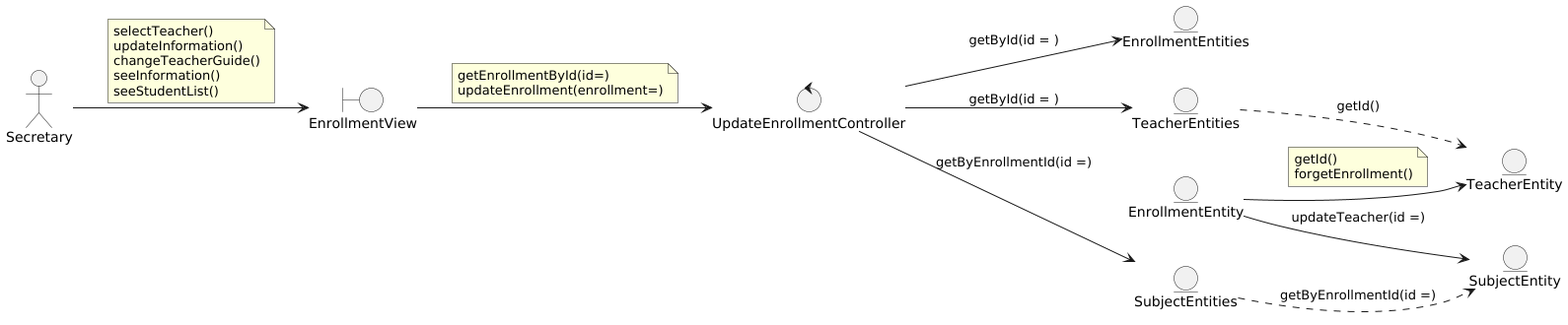
This is out/DesignView/AnalysisView/UseCaseAnalysis/Collaboration.CU20.Analysis.png from wsmcbl/wsmcbl.doc, a PlantUML export, as it was before one commit. Its diagram source:
```plantuml
@startuml
left to right direction

actor Secretary

boundary EnrollmentView

control UpdateEnrollmentController

entity EnrollmentEntities
entity TeacherEntities
entity SubjectEntities
entity EnrollmentEntity
entity TeacherEntity
entity SubjectEntity

Secretary --> EnrollmentView
note on link
    selectTeacher()
    updateInformation()
    changeTeacherGuide()
    seeInformation()
    seeStudentList()
end note

EnrollmentView --> UpdateEnrollmentController
note on link
    getEnrollmentById(id=)
    updateEnrollment(enrollment=)
end note

UpdateEnrollmentController --> EnrollmentEntities : getById(id = )
UpdateEnrollmentController --> SubjectEntities : getByEnrollmentId(id =)
UpdateEnrollmentController --> TeacherEntities : getById(id = )

TeacherEntities ..> TeacherEntity : getId()
SubjectEntities ..> SubjectEntity : getByEnrollmentId(id =)

EnrollmentEntity --> TeacherEntity
note on link
    getId()
    forgetEnrollment()
end note
EnrollmentEntity --> SubjectEntity : updateTeacher(id =)
@enduml
```
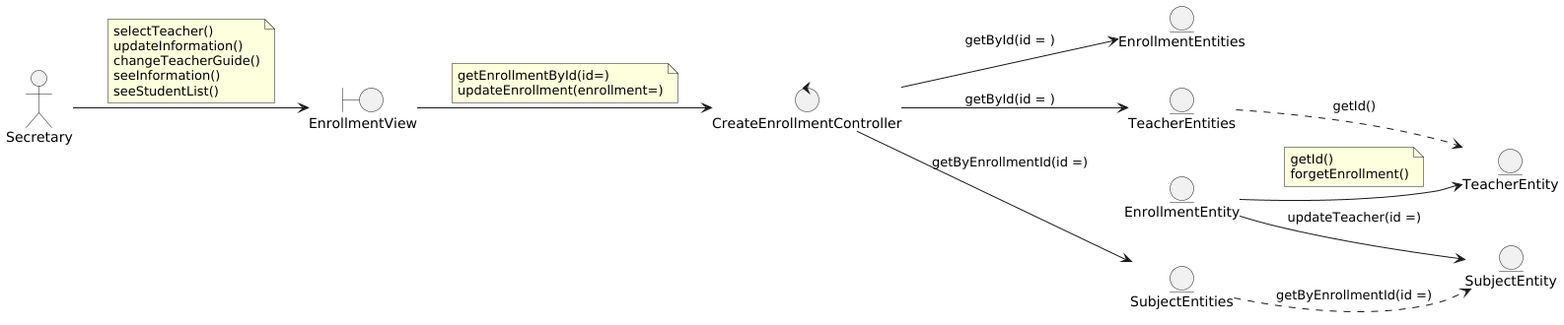
The same file after the commit.

Change to the diagram source:
```diff
@@ -5,7 +5,7 @@
 
 boundary EnrollmentView
 
-control UpdateEnrollmentController
+control CreateEnrollmentController
 
 entity EnrollmentEntities
 entity TeacherEntities
@@ -23,15 +23,15 @@
     seeStudentList()
 end note
 
-EnrollmentView --> UpdateEnrollmentController
+EnrollmentView --> CreateEnrollmentController
 note on link
     getEnrollmentById(id=)
     updateEnrollment(enrollment=)
 end note
 
-UpdateEnrollmentController --> EnrollmentEntities : getById(id = )
-UpdateEnrollmentController --> SubjectEntities : getByEnrollmentId(id =)
-UpdateEnrollmentController --> TeacherEntities : getById(id = )
+CreateEnrollmentController --> EnrollmentEntities : getById(id = )
+CreateEnrollmentController --> SubjectEntities : getByEnrollmentId(id =)
+CreateEnrollmentController --> TeacherEntities : getById(id = )
 
 TeacherEntities ..> TeacherEntity : getId()
 SubjectEntities ..> SubjectEntity : getByEnrollmentId(id =)
```
